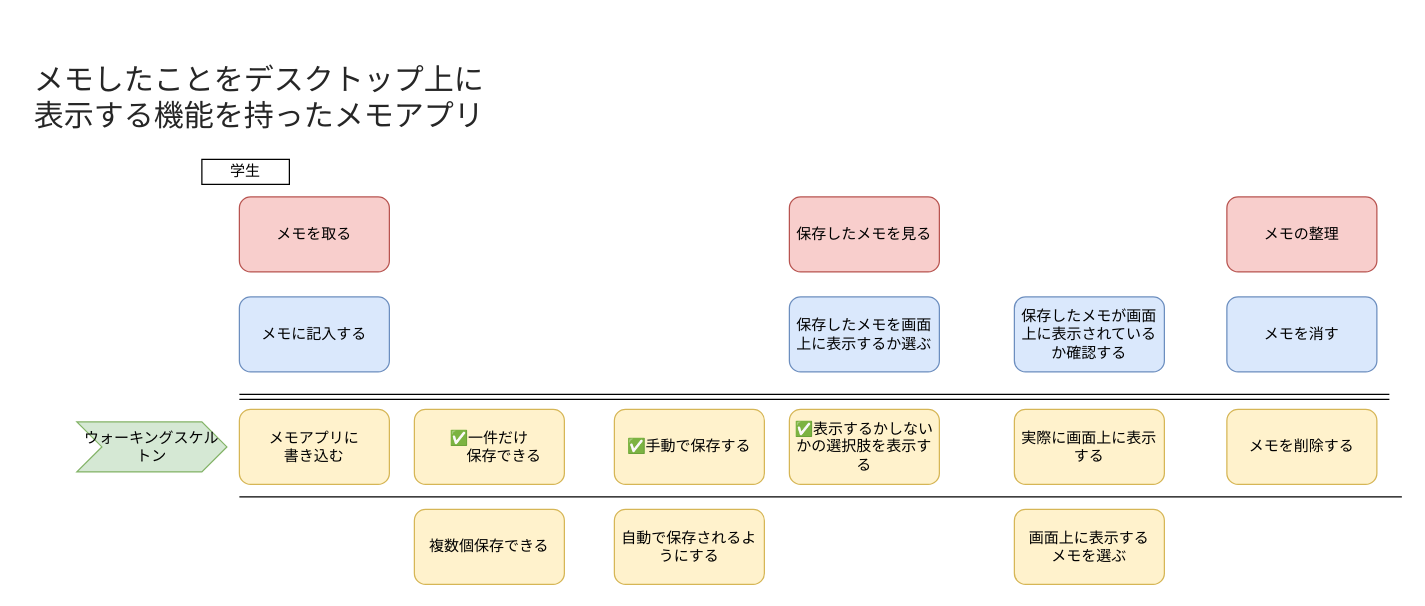
The draw.io diagram docs/storymap.drawio in daiki-nishimura-bit/practice-memo, before the edit. Source tidied: cells renumbered, new cells numbered last; positions are measured from the earlier drawing's top-left corner, leaving out a move shared by most shapes. Both pictures are drawn from the tidied source at 125%, with x=0, y=0 at pixel (21, 21).
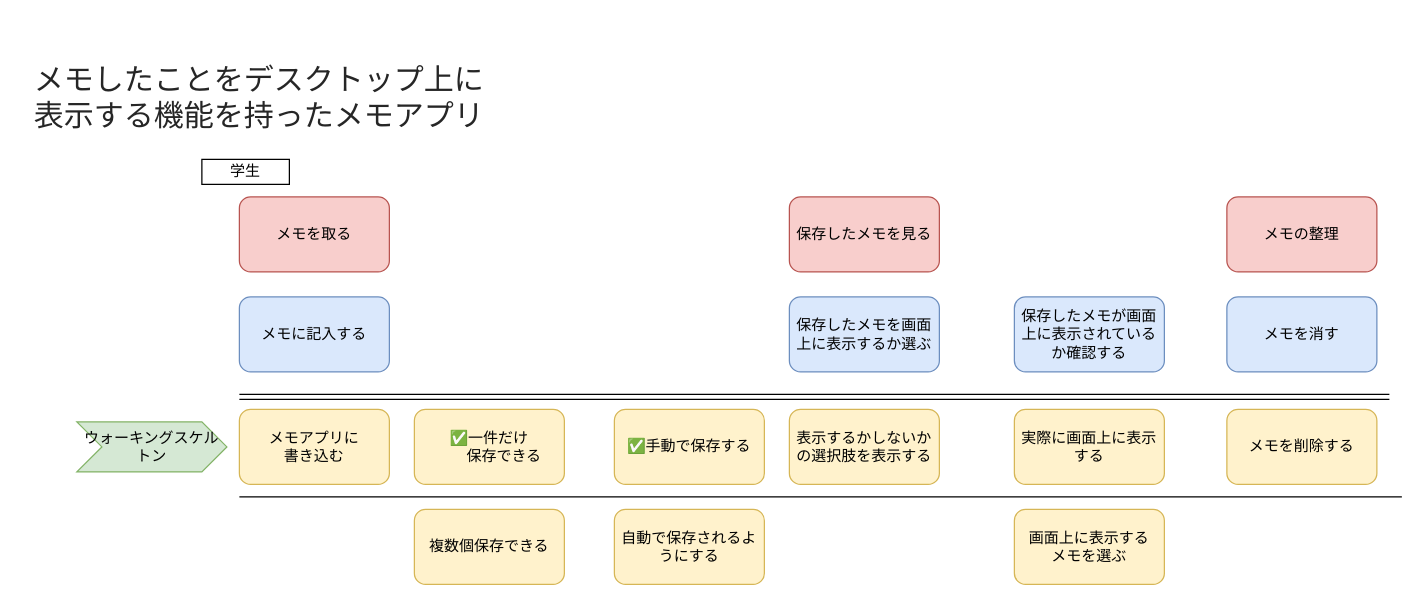
After the change.

Commit message:
ストーリーマップに進捗を反映

Diff of the diagram source:
```diff
@@
-    <mxCell id="19" value="&lt;span style=&quot;color: rgb(0, 0, 0);&quot;&gt;✅&lt;/span&gt;表示するかしないかの選択肢を表示する" style="rounded=1;whiteSpace=wrap;html=1;roundedPerimeter=1;fillColor=#fff2cc;strokeColor=#d6b656;" parent="1" vertex="1">
+    <mxCell id="19" value="表示するかしないかの選択肢を表示する" style="rounded=1;whiteSpace=wrap;html=1;roundedPerimeter=1;fillColor=#fff2cc;strokeColor=#d6b656;" parent="1" vertex="1">
       <mxGeometry x="614" y="310" width="120" height="60" as="geometry" />
     </mxCell>
```
